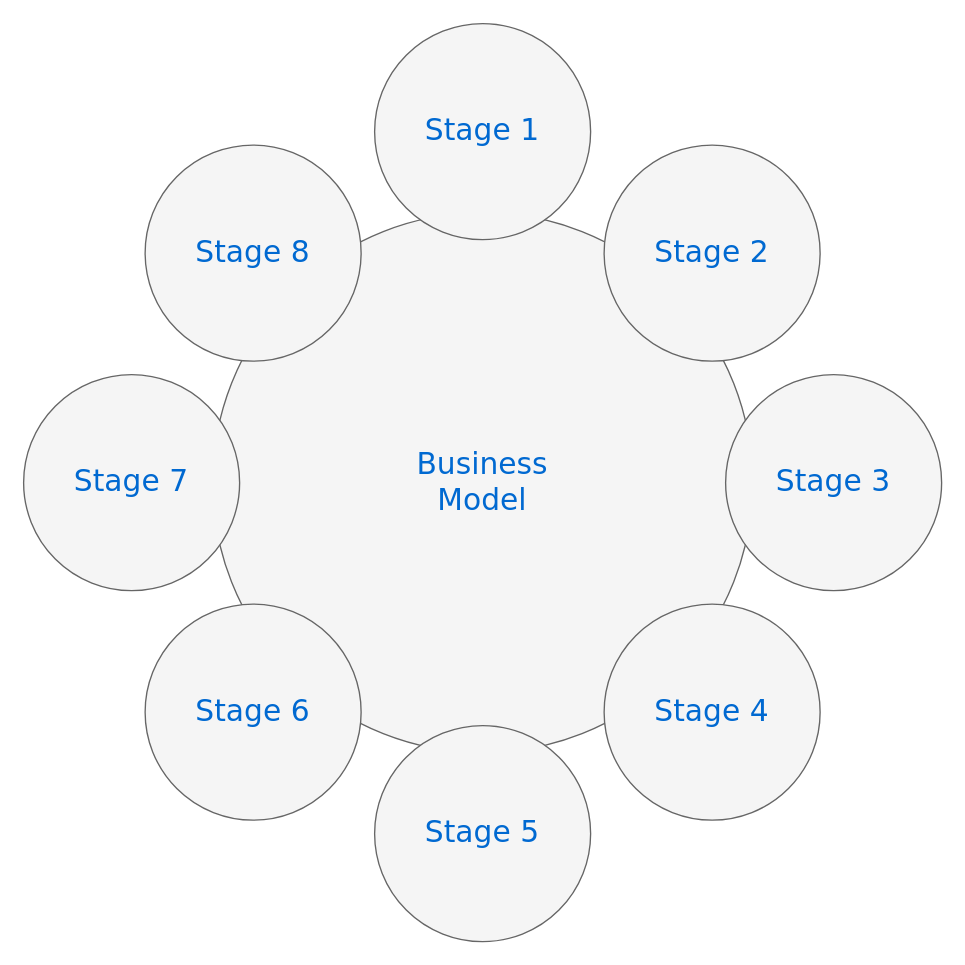
Earlier version of the draw.io diagram ml_Diagram.drawio (feiwsteven/cython). Source tidied: cells renumbered, new cells numbered last; positions are measured from the earlier drawing's top-left corner, leaving out a move shared by most shapes. Both pictures are drawn from the tidied source at 135%, with x=0, y=0 at pixel (23, 23).
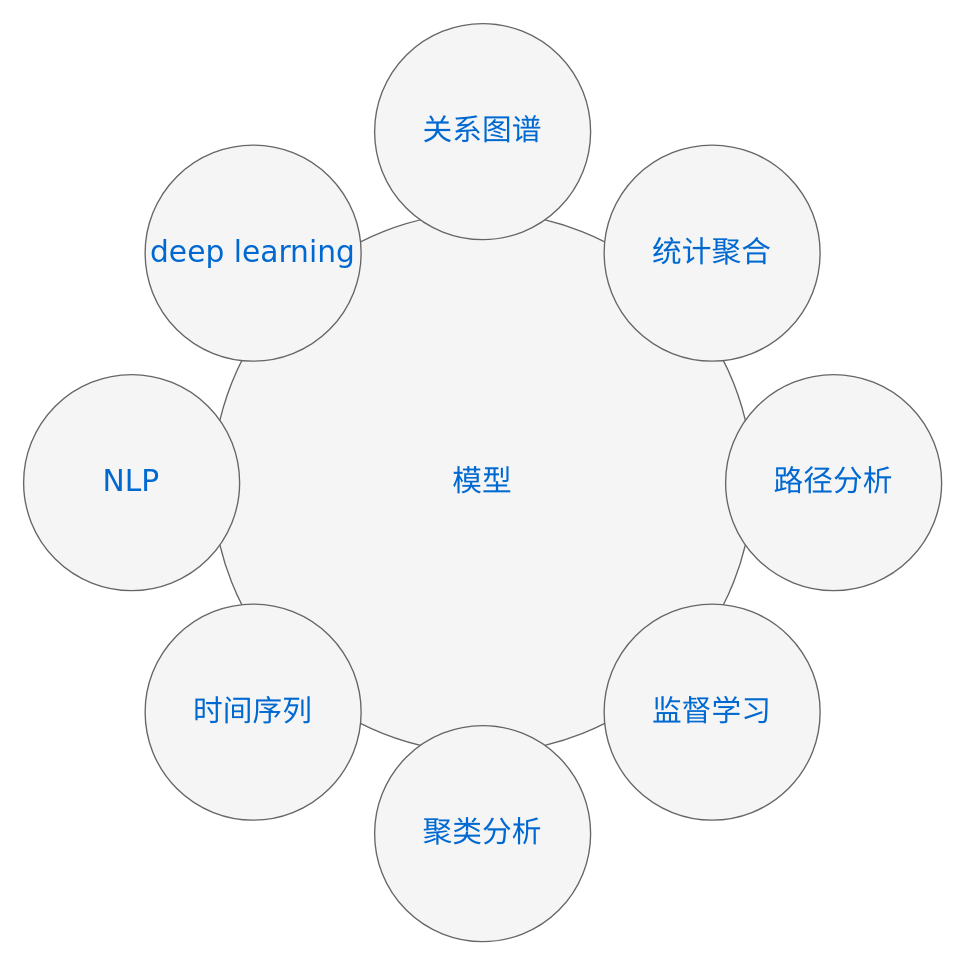
After the change.

What changed in the source:
```diff
@@
 <mxGraphModel>
   <root>
     <mxCell id="0" />
     <mxCell id="1" parent="0" />
-    <mxCell id="2" value="Business&lt;div&gt;Model&lt;/div&gt;" style="ellipse;whiteSpace=wrap;html=1;rounded=0;shadow=0;dashed=0;comic=0;fontFamily=Verdana;fontSize=22;fontColor=#0069D1;fillColor=#f5f5f5;strokeColor=#666666;" parent="1" vertex="1">
+    <mxCell id="2" value="模型" style="ellipse;whiteSpace=wrap;html=1;rounded=0;shadow=0;dashed=0;comic=0;fontFamily=Verdana;fontSize=22;fontColor=#0069D1;fillColor=#f5f5f5;strokeColor=#666666;" parent="1" vertex="1">
       <mxGeometry x="140" y="140" width="400" height="400" as="geometry" />
     </mxCell>
-    <mxCell id="3" value="Stage 1" style="ellipse;whiteSpace=wrap;html=1;rounded=0;shadow=0;dashed=0;comic=0;fontFamily=Verdana;fontSize=22;fontColor=#0069D1;fillColor=#f5f5f5;strokeColor=#666666;" parent="1" vertex="1">
+    <mxCell id="3" value="关系图谱" style="ellipse;whiteSpace=wrap;html=1;rounded=0;shadow=0;dashed=0;comic=0;fontFamily=Verdana;fontSize=22;fontColor=#0069D1;fillColor=#f5f5f5;strokeColor=#666666;" parent="1" vertex="1">
       <mxGeometry x="260" width="160" height="160" as="geometry" />
     </mxCell>
-    <mxCell id="4" value="Stage 5" style="ellipse;whiteSpace=wrap;html=1;rounded=0;shadow=0;dashed=0;comic=0;fontFamily=Verdana;fontSize=22;fontColor=#0069D1;fillColor=#f5f5f5;strokeColor=#666666;" parent="1" vertex="1">
+    <mxCell id="4" value="聚类分析" style="ellipse;whiteSpace=wrap;html=1;rounded=0;shadow=0;dashed=0;comic=0;fontFamily=Verdana;fontSize=22;fontColor=#0069D1;fillColor=#f5f5f5;strokeColor=#666666;" parent="1" vertex="1">
       <mxGeometry x="260" y="520" width="160" height="160" as="geometry" />
     </mxCell>
-    <mxCell id="5" value="Stage 3" style="ellipse;whiteSpace=wrap;html=1;rounded=0;shadow=0;dashed=0;comic=0;fontFamily=Verdana;fontSize=22;fontColor=#0069D1;fillColor=#f5f5f5;strokeColor=#666666;" parent="1" vertex="1">
+    <mxCell id="5" value="路径分析" style="ellipse;whiteSpace=wrap;html=1;rounded=0;shadow=0;dashed=0;comic=0;fontFamily=Verdana;fontSize=22;fontColor=#0069D1;fillColor=#f5f5f5;strokeColor=#666666;" parent="1" vertex="1">
       <mxGeometry x="520" y="260" width="160" height="160" as="geometry" />
     </mxCell>
-    <mxCell id="6" value="Stage 7" style="ellipse;whiteSpace=wrap;html=1;rounded=0;shadow=0;dashed=0;comic=0;fontFamily=Verdana;fontSize=22;fontColor=#0069D1;fillColor=#f5f5f5;strokeColor=#666666;" parent="1" vertex="1">
+    <mxCell id="6" value="NLP" style="ellipse;whiteSpace=wrap;html=1;rounded=0;shadow=0;dashed=0;comic=0;fontFamily=Verdana;fontSize=22;fontColor=#0069D1;fillColor=#f5f5f5;strokeColor=#666666;" parent="1" vertex="1">
       <mxGeometry y="260" width="160" height="160" as="geometry" />
     </mxCell>
-    <mxCell id="7" value="Stage 8" style="ellipse;whiteSpace=wrap;html=1;rounded=0;shadow=0;dashed=0;comic=0;fontFamily=Verdana;fontSize=22;fontColor=#0069D1;fillColor=#f5f5f5;strokeColor=#666666;" parent="1" vertex="1">
+    <mxCell id="7" value="deep learning" style="ellipse;whiteSpace=wrap;html=1;rounded=0;shadow=0;dashed=0;comic=0;fontFamily=Verdana;fontSize=22;fontColor=#0069D1;fillColor=#f5f5f5;strokeColor=#666666;" parent="1" vertex="1">
       <mxGeometry x="90" y="90" width="160" height="160" as="geometry" />
     </mxCell>
-    <mxCell id="8" value="Stage 2" style="ellipse;whiteSpace=wrap;html=1;rounded=0;shadow=0;dashed=0;comic=0;fontFamily=Verdana;fontSize=22;fontColor=#0069D1;fillColor=#f5f5f5;strokeColor=#666666;" parent="1" vertex="1">
+    <mxCell id="8" value="统计聚合" style="ellipse;whiteSpace=wrap;html=1;rounded=0;shadow=0;dashed=0;comic=0;fontFamily=Verdana;fontSize=22;fontColor=#0069D1;fillColor=#f5f5f5;strokeColor=#666666;" parent="1" vertex="1">
       <mxGeometry x="430" y="90" width="160" height="160" as="geometry" />
     </mxCell>
-    <mxCell id="9" value="Stage 4" style="ellipse;whiteSpace=wrap;html=1;rounded=0;shadow=0;dashed=0;comic=0;fontFamily=Verdana;fontSize=22;fontColor=#0069D1;fillColor=#f5f5f5;strokeColor=#666666;" parent="1" vertex="1">
+    <mxCell id="9" value="监督学习" style="ellipse;whiteSpace=wrap;html=1;rounded=0;shadow=0;dashed=0;comic=0;fontFamily=Verdana;fontSize=22;fontColor=#0069D1;fillColor=#f5f5f5;strokeColor=#666666;" parent="1" vertex="1">
       <mxGeometry x="430" y="430" width="160" height="160" as="geometry" />
     </mxCell>
-    <mxCell id="10" value="Stage 6" style="ellipse;whiteSpace=wrap;html=1;rounded=0;shadow=0;dashed=0;comic=0;fontFamily=Verdana;fontSize=22;fontColor=#0069D1;fillColor=#f5f5f5;strokeColor=#666666;" parent="1" vertex="1">
+    <mxCell id="10" value="时间序列" style="ellipse;whiteSpace=wrap;html=1;rounded=0;shadow=0;dashed=0;comic=0;fontFamily=Verdana;fontSize=22;fontColor=#0069D1;fillColor=#f5f5f5;strokeColor=#666666;" parent="1" vertex="1">
       <mxGeometry x="90" y="430" width="160" height="160" as="geometry" />
     </mxCell>
   </root>
 </mxGraphModel>
```
